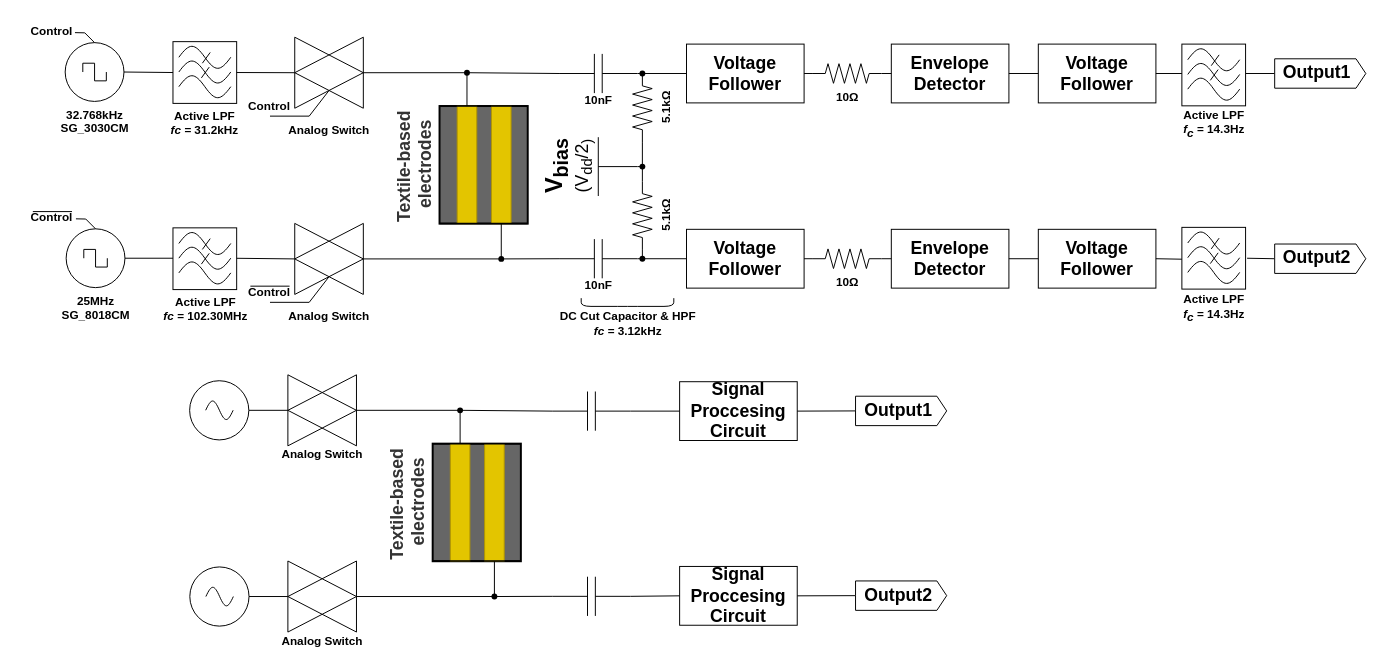
This is forICCE2024.drawio from 10matcho27/drawio_figure, a draw.io file, before an edit. Source tidied: cells renumbered, new cells numbered last; positions are measured from the earlier drawing's top-left corner, leaving out a move shared by most shapes. Both pictures are drawn from the tidied source at 98%, with x=0, y=0 at pixel (17, 17).
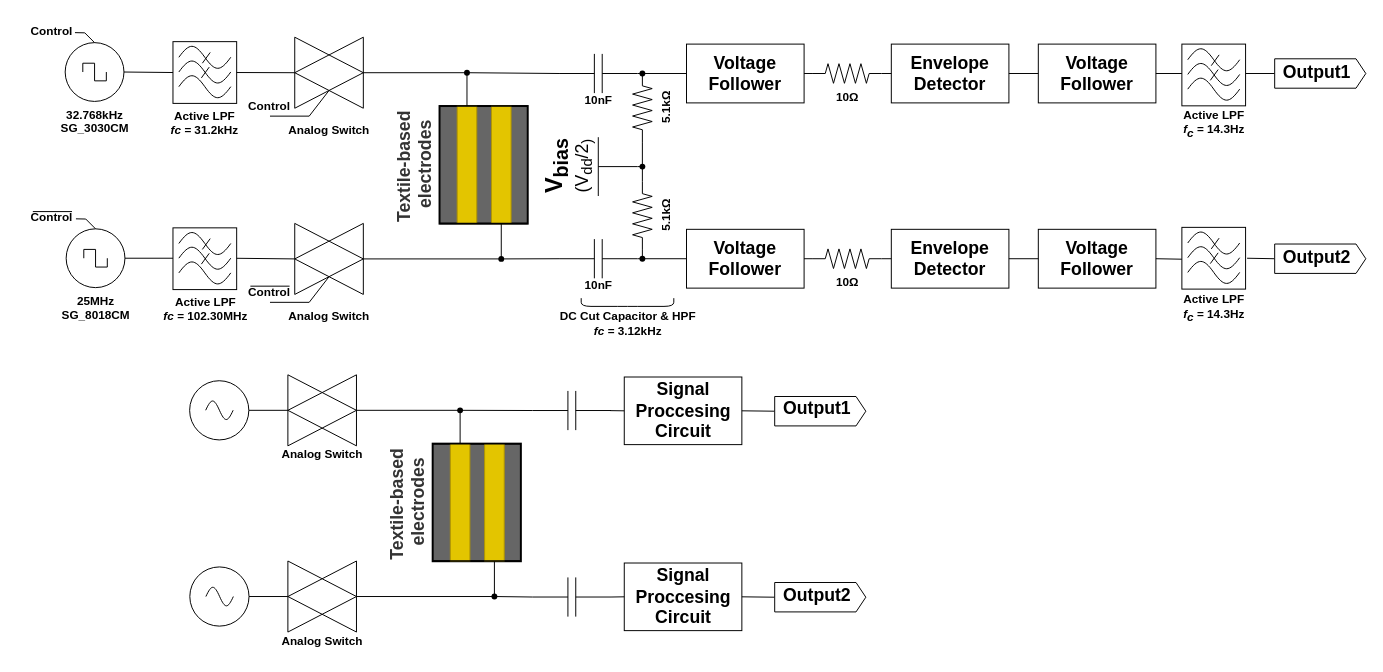
After the change.

Commit message (it also covers changes not shown here):
forICCE2024.drawio を更新します

What changed in the source:
```diff
@@
     <mxCell id="112" style="verticalLabelPosition=bottom;shadow=0;dashed=0;align=center;html=1;verticalAlign=top;shape=mxgraph.electrical.capacitors.capacitor_1;fontFamily=Century;spacingTop=-7;" parent="1" vertex="1">
-      <mxGeometry x="546" y="382" width="80" height="40" as="geometry" />
+      <mxGeometry x="526" y="381.4" width="80" height="40" as="geometry" />
     </mxCell>
@@
-    <mxCell id="117" style="endArrow=none;html=1;rounded=0;exitDx=0;exitDy=0;exitPerimeter=0;startArrow=none;entryX=0;entryY=0.5;entryDx=0;entryDy=0;exitX=1;exitY=0.5;" parent="1" edge="1" source="112" target="120">
-      <mxGeometry relative="1" as="geometry" />
-    </mxCell>
     <mxCell id="118" style="verticalLabelPosition=bottom;shadow=0;dashed=0;align=center;html=1;verticalAlign=top;shape=mxgraph.electrical.capacitors.capacitor_1;fontFamily=Century;spacingTop=-7;" parent="1" vertex="1">
-      <mxGeometry x="546" y="571" width="80" height="40" as="geometry" />
+      <mxGeometry x="526" y="571.7" width="80" height="40" as="geometry" />
     </mxCell>
@@
-    <mxCell id="120" value="&lt;b&gt;Signal Proccesing Circuit&lt;br&gt;&lt;/b&gt;" style="rounded=0;whiteSpace=wrap;html=1;labelBackgroundColor=none;fontFamily=Century;fontSize=18;fillColor=none;" parent="1" vertex="1">
-      <mxGeometry x="676" y="372" width="120" height="60" as="geometry" />
-    </mxCell>
-    <mxCell id="121" style="shape=mxgraph.arrows2.arrow;verticalLabelPosition=bottom;shadow=0;dashed=0;align=center;html=1;verticalAlign=top;strokeWidth=1;dy=0;dx=10;notch=0;labelBackgroundColor=none;fontFamily=Helvetica;fontSize=18;fillColor=none;" parent="1" vertex="1">
-      <mxGeometry x="855.5" y="386.8" width="93" height="30" as="geometry" />
-    </mxCell>
-    <mxCell id="122" value="&lt;font face=&quot;Century&quot;&gt;&lt;b&gt;Output1&lt;/b&gt;&lt;/font&gt;" style="text;html=1;align=center;verticalAlign=middle;strokeColor=none;fillColor=none;fontSize=18;fontFamily=Helvetica;" parent="1" vertex="1">
-      <mxGeometry x="848.5" y="381" width="100" height="40" as="geometry" />
-    </mxCell>
-    <mxCell id="123" style="endArrow=none;html=1;rounded=0;exitX=1;exitY=0.5;exitDx=0;exitDy=0;entryX=0;entryY=0.5;entryDx=0;entryDy=0;entryPerimeter=0;" parent="1" edge="1" source="120" target="121">
-      <mxGeometry relative="1" as="geometry" />
-    </mxCell>
@@
     <mxCell id="150" value="&lt;b&gt;Signal Proccesing Circuit&lt;br&gt;&lt;/b&gt;" style="rounded=0;whiteSpace=wrap;html=1;labelBackgroundColor=none;fontFamily=Century;fontSize=18;fillColor=none;" parent="1" vertex="1">
-      <mxGeometry x="676" y="560.5" width="120" height="60" as="geometry" />
+      <mxGeometry x="619.5" y="557" width="120" height="69" as="geometry" />
     </mxCell>
     <mxCell id="151" style="shape=mxgraph.arrows2.arrow;verticalLabelPosition=bottom;shadow=0;dashed=0;align=center;html=1;verticalAlign=top;strokeWidth=1;dy=0;dx=10;notch=0;labelBackgroundColor=none;fontFamily=Helvetica;fontSize=18;fillColor=none;" parent="1" vertex="1">
-      <mxGeometry x="855.5" y="575.3" width="93" height="30" as="geometry" />
+      <mxGeometry x="773" y="576.9" width="93" height="30" as="geometry" />
     </mxCell>
     <mxCell id="152" value="&lt;font face=&quot;Century&quot;&gt;&lt;b&gt;Output2&lt;/b&gt;&lt;/font&gt;" style="text;html=1;align=center;verticalAlign=middle;strokeColor=none;fillColor=none;fontSize=18;fontFamily=Helvetica;" parent="1" vertex="1">
-      <mxGeometry x="848.5" y="569.5" width="100" height="40" as="geometry" />
+      <mxGeometry x="766" y="570.1" width="100" height="40" as="geometry" />
     </mxCell>
@@
+    <mxCell id="117" style="endArrow=none;html=1;rounded=0;exitDx=0;exitDy=0;exitPerimeter=0;startArrow=none;entryX=0;entryY=0.5;entryDx=0;entryDy=0;exitX=0.992;exitY=0.503;" parent="1" edge="1" source="112" target="120">
+      <mxGeometry relative="1" as="geometry" />
+    </mxCell>
+    <mxCell id="120" value="&lt;b&gt;Signal Proccesing Circuit&lt;br&gt;&lt;/b&gt;" style="rounded=0;whiteSpace=wrap;html=1;labelBackgroundColor=none;fontFamily=Century;fontSize=18;fillColor=none;" parent="1" vertex="1">
+      <mxGeometry x="619.5" y="367.2" width="120" height="69" as="geometry" />
+    </mxCell>
+    <mxCell id="154" style="shape=mxgraph.arrows2.arrow;verticalLabelPosition=bottom;shadow=0;dashed=0;align=center;html=1;verticalAlign=top;strokeWidth=1;dy=0;dx=10;notch=0;labelBackgroundColor=none;fontFamily=Helvetica;fontSize=18;fillColor=none;" parent="1" vertex="1">
+      <mxGeometry x="773" y="387.1" width="93" height="30" as="geometry" />
+    </mxCell>
+    <mxCell id="122" value="&lt;font face=&quot;Century&quot;&gt;&lt;b&gt;Output1&lt;/b&gt;&lt;/font&gt;" style="text;html=1;align=center;verticalAlign=middle;strokeColor=none;fillColor=none;fontSize=18;fontFamily=Helvetica;" parent="1" vertex="1">
+      <mxGeometry x="766" y="379.3" width="100" height="40" as="geometry" />
+    </mxCell>
+    <mxCell id="155" style="endArrow=none;html=1;rounded=0;exitX=1;exitY=0.5;exitDx=0;exitDy=0;entryX=0;entryY=0.5;entryDx=0;entryDy=0;entryPerimeter=0;" parent="1" edge="1" source="120" target="154">
+      <mxGeometry relative="1" as="geometry" />
+    </mxCell>
```
